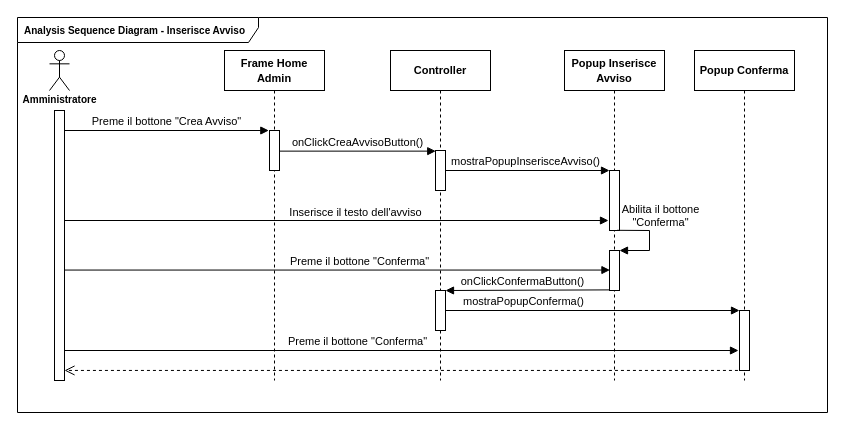
Earlier version of the draw.io diagram Documentazione/Sequence Diagram/Analisi/drawio/Sequence Diagram - Inserisce Avviso.drawio (vittorioruggiero/Progetto-IngSw). Source tidied: cells renumbered, new cells numbered last; positions are measured from the earlier drawing's top-left corner, leaving out a move shared by most shapes. Both pictures are drawn from the tidied source at 100%, with x=0, y=0 at pixel (17, 17).
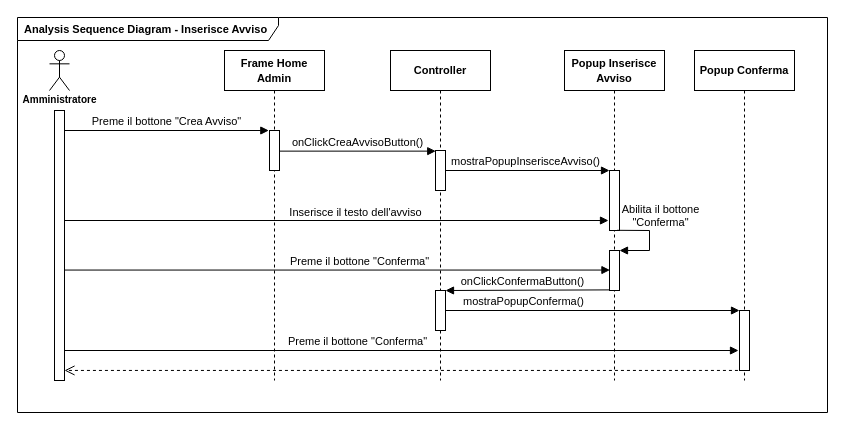
The same diagram, later.

Commit message (it also covers changes not shown here):
sequence diagram corretti

Diff of the diagram source:
```diff
@@
-    <mxCell id="2" value="&lt;b&gt;Analysis Sequence Diagram - Inserisce Avviso&lt;/b&gt;" style="shape=umlFrame;whiteSpace=wrap;html=1;width=241;height=25;boundedLbl=1;verticalAlign=middle;align=left;spacingLeft=5;fontSize=10;fillColor=none;" parent="1" vertex="1">
+    <mxCell id="2" value="&lt;b&gt;&lt;font style=&quot;font-size: 11px;&quot;&gt;Analysis Sequence Diagram - Inserisce Avviso&lt;/font&gt;&lt;/b&gt;" style="shape=umlFrame;whiteSpace=wrap;html=1;width=261;height=23;boundedLbl=1;verticalAlign=middle;align=left;spacingLeft=5;fontSize=10;fillColor=none;" parent="1" vertex="1">
       <mxGeometry width="810" height="395" as="geometry" />
     </mxCell>
```
